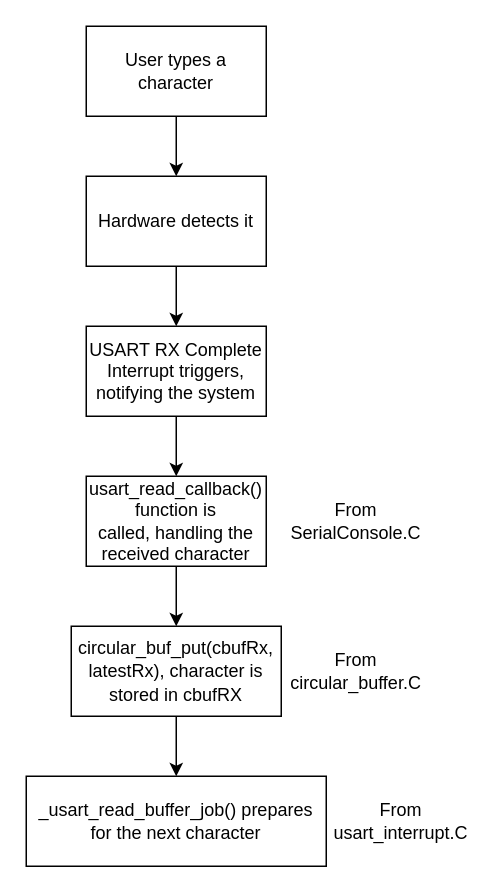
Above: Untitled Diagram.drawio in ese5160/final-project-a07g-a14g-t03-hotpot (draw.io), before the change. Source tidied: cells renumbered, new cells numbered last; positions are measured from the earlier drawing's top-left corner, leaving out a move shared by most shapes. Both pictures are drawn from the tidied source at 150%, with x=0, y=0 at pixel (26, 26).
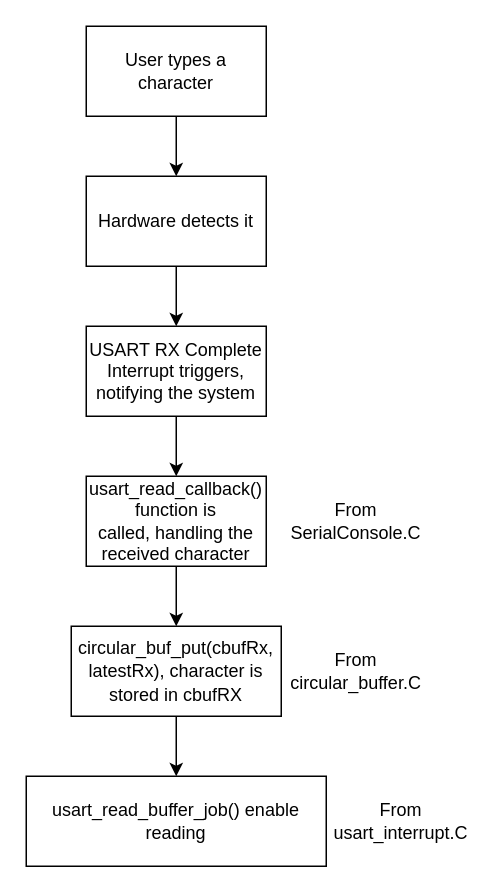
The same diagram, later.

What changed in the source:
```diff
@@
 <mxGraphModel>
   <root>
     <mxCell id="0" />
     <mxCell id="1" parent="0" />
     <mxCell id="2" style="edgeStyle=orthogonalEdgeStyle;rounded=0;jettySize=auto;html=1;" parent="1" edge="1" source="3" target="5">
       <mxGeometry relative="1" as="geometry" />
     </mxCell>
     <mxCell id="3" value="&lt;span style=&quot;text-align: start;&quot;&gt;&lt;font style=&quot;font-size: 12px;&quot;&gt;User types a character&lt;/font&gt;&lt;/span&gt;" style="rounded=0;whiteSpace=wrap;html=1;" parent="1" vertex="1">
       <mxGeometry x="40" width="120" height="60" as="geometry" />
     </mxCell>
     <mxCell id="4" style="edgeStyle=orthogonalEdgeStyle;rounded=0;jettySize=auto;html=1;" parent="1" edge="1" source="5" target="7">
       <mxGeometry relative="1" as="geometry" />
     </mxCell>
     <mxCell id="5" value="Hardware detects it" style="rounded=0;whiteSpace=wrap;html=1;" parent="1" vertex="1">
       <mxGeometry x="40" y="100" width="120" height="60" as="geometry" />
     </mxCell>
     <mxCell id="6" style="edgeStyle=orthogonalEdgeStyle;rounded=0;jettySize=auto;html=1;" parent="1" edge="1" source="7" target="9">
       <mxGeometry relative="1" as="geometry" />
     </mxCell>
     <mxCell id="7" value="&lt;font style=&quot;font-size: 12px;&quot;&gt;&lt;span style=&quot;text-align: start;&quot;&gt;USART RX Complete Interrupt triggers&lt;/span&gt;&lt;span style=&quot;text-align: start;&quot;&gt;, notifying the system&lt;/span&gt;&lt;/font&gt;" style="rounded=0;whiteSpace=wrap;html=1;" parent="1" vertex="1">
       <mxGeometry x="40" y="200" width="120" height="60" as="geometry" />
     </mxCell>
     <mxCell id="8" style="edgeStyle=orthogonalEdgeStyle;rounded=0;jettySize=auto;html=1;" parent="1" edge="1" source="9" target="11">
       <mxGeometry relative="1" as="geometry" />
     </mxCell>
     <mxCell id="9" value="&lt;font style=&quot;font-size: 12px;&quot;&gt;&lt;font&gt;&lt;span style=&quot;text-align: start;&quot;&gt;&lt;font&gt;usart_read_callback() function is called,&lt;/font&gt;&lt;font face=&quot;Helvetica&quot;&gt;&amp;nbsp;&lt;/font&gt;&lt;/span&gt;&lt;/font&gt;&lt;span style=&quot;text-align: start;&quot;&gt;handling the received character&lt;/span&gt;&lt;/font&gt;" style="rounded=0;whiteSpace=wrap;html=1;" parent="1" vertex="1">
       <mxGeometry x="40" y="300" width="120" height="60" as="geometry" />
     </mxCell>
     <mxCell id="10" style="edgeStyle=orthogonalEdgeStyle;rounded=0;jettySize=auto;html=1;" parent="1" edge="1" source="11" target="12">
       <mxGeometry relative="1" as="geometry" />
     </mxCell>
     <mxCell id="11" value="&lt;code style=&quot;text-align: start;&quot;&gt;&lt;font face=&quot;Helvetica&quot;&gt;circular_buf_put(cbufRx, latestRx),&amp;nbsp;&lt;/font&gt;&lt;/code&gt;&lt;span style=&quot;text-align: start;&quot;&gt;c&lt;/span&gt;&lt;span style=&quot;text-align: start;&quot;&gt;haracter is stored in&lt;font face=&quot;Helvetica&quot;&gt;&amp;nbsp;cbufRX&lt;/font&gt;&lt;/span&gt;" style="rounded=0;whiteSpace=wrap;html=1;" parent="1" vertex="1">
       <mxGeometry x="30" y="400" width="140" height="60" as="geometry" />
     </mxCell>
-    <mxCell id="12" value="&lt;font style=&quot;font-size: 12px;&quot;&gt;&lt;code style=&quot;text-align: start;&quot;&gt;&lt;font face=&quot;Helvetica&quot;&gt;_usart_read_buffer_job()&lt;/font&gt;&lt;/code&gt;&lt;span style=&quot;text-align: start;&quot;&gt;&amp;nbsp;prepares for the next character&lt;/span&gt;&lt;/font&gt;" style="rounded=0;whiteSpace=wrap;html=1;" parent="1" vertex="1">
+    <mxCell id="12" value="&lt;font style=&quot;font-size: 12px;&quot;&gt;&lt;code style=&quot;text-align: start;&quot;&gt;&lt;font face=&quot;Helvetica&quot;&gt;usart_read_buffer_job()&lt;/font&gt;&lt;/code&gt;&lt;span style=&quot;text-align: start;&quot;&gt;&amp;nbsp;enable reading&lt;/span&gt;&lt;/font&gt;" style="rounded=0;whiteSpace=wrap;html=1;" parent="1" vertex="1">
       <mxGeometry y="500" width="200" height="60" as="geometry" />
     </mxCell>
     <mxCell id="13" value="From SerialConsole.C" style="text;html=1;align=center;verticalAlign=middle;whiteSpace=wrap;rounded=0;" parent="1" vertex="1">
       <mxGeometry x="190" y="315" width="60" height="30" as="geometry" />
     </mxCell>
     <mxCell id="14" value="From circular_buffer.C" style="text;html=1;align=center;verticalAlign=middle;whiteSpace=wrap;rounded=0;" parent="1" vertex="1">
       <mxGeometry x="190" y="415" width="60" height="30" as="geometry" />
     </mxCell>
     <mxCell id="15" value="From usart_interrupt.C" style="text;html=1;align=center;verticalAlign=middle;whiteSpace=wrap;rounded=0;" parent="1" vertex="1">
       <mxGeometry x="220" y="515" width="60" height="30" as="geometry" />
     </mxCell>
   </root>
 </mxGraphModel>
```
